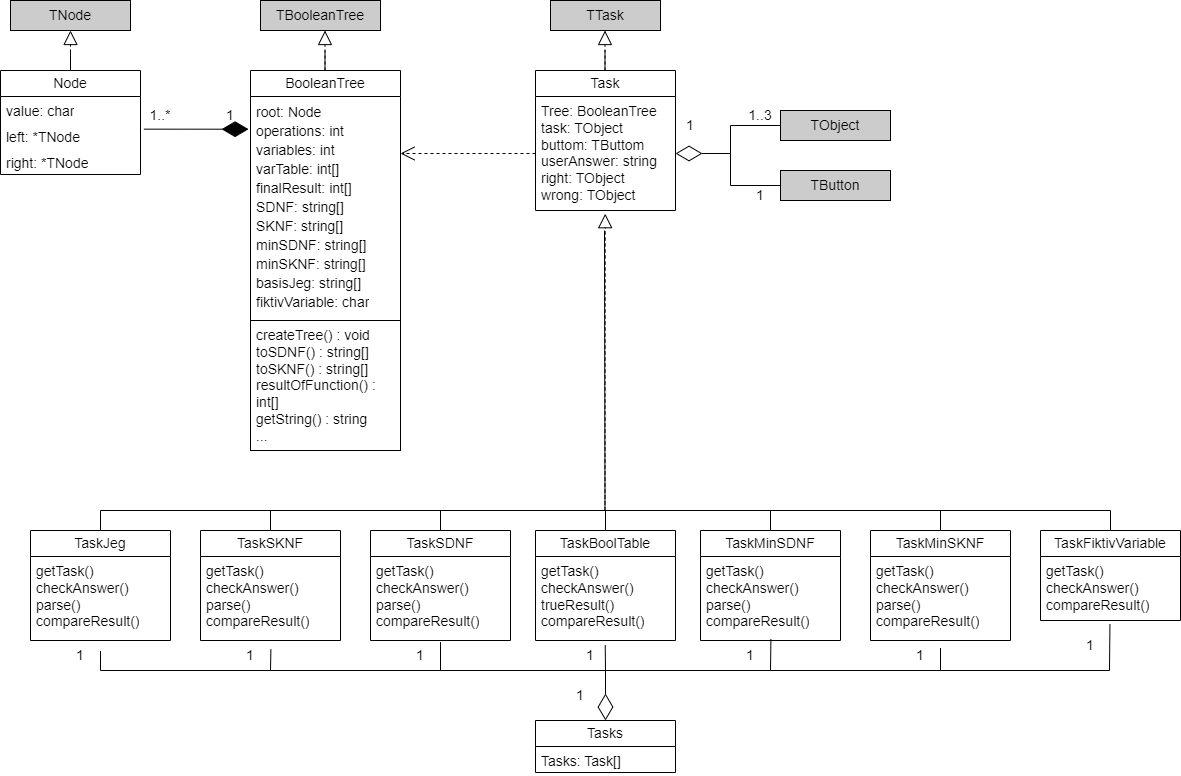
Earlier version of the draw.io export Диаграмма классов дерева.png (Lily55/TermWork_TRPS). Source tidied: cells renumbered, new cells last; positions are measured from the earlier drawing's top-left corner, leaving out a move shared by most shapes.
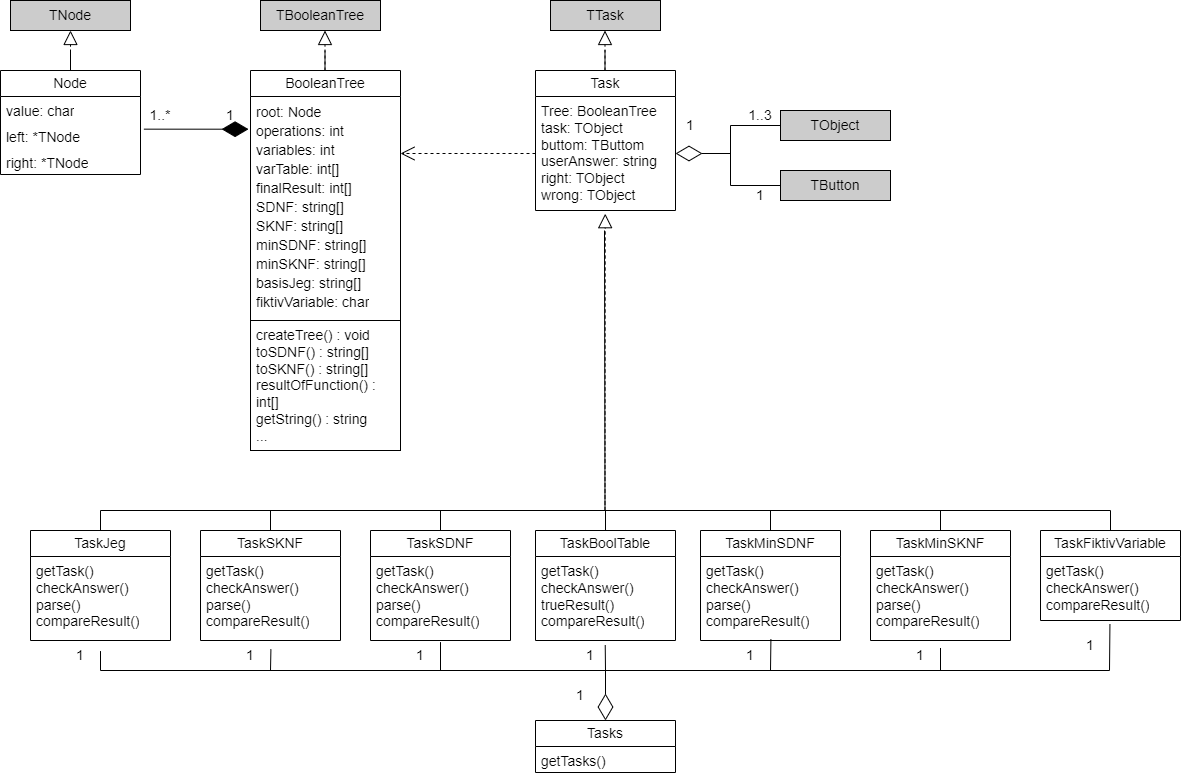
Later version of the same file.

Diff of the diagram source:
```diff
@@ -112,7 +112,7 @@
     <mxCell id="29" value="Tasks" style="swimlane;fontStyle=0;horizontal=1;startSize=26;fillColor=none;whiteSpace=wrap;html=1;fontSize=14;" parent="1" vertex="1">
       <mxGeometry x="535" y="720" width="140" height="52" as="geometry" />
     </mxCell>
-    <mxCell id="30" value="Tasks: Task[]" style="text;strokeColor=none;fillColor=none;align=left;verticalAlign=top;spacingLeft=4;spacingRight=4;overflow=hidden;whiteSpace=wrap;html=1;fontSize=14;" parent="29" vertex="1">
+    <mxCell id="30" value="getTasks()" style="text;strokeColor=none;fillColor=none;align=left;verticalAlign=top;spacingLeft=4;spacingRight=4;overflow=hidden;whiteSpace=wrap;html=1;fontSize=14;" parent="29" vertex="1">
       <mxGeometry y="26" width="140" height="26" as="geometry" />
     </mxCell>
     <mxCell id="31" style="endArrow=diamondThin;endFill=0;endSize=24;html=1;rounded=0;entryX=0.5;entryY=0;entryDx=0;entryDy=0;exitX=0.5;exitY=1.126;exitDx=0;exitDy=0;exitPerimeter=0;fontSize=14;" parent="1" edge="1" source="22" target="29">
```
